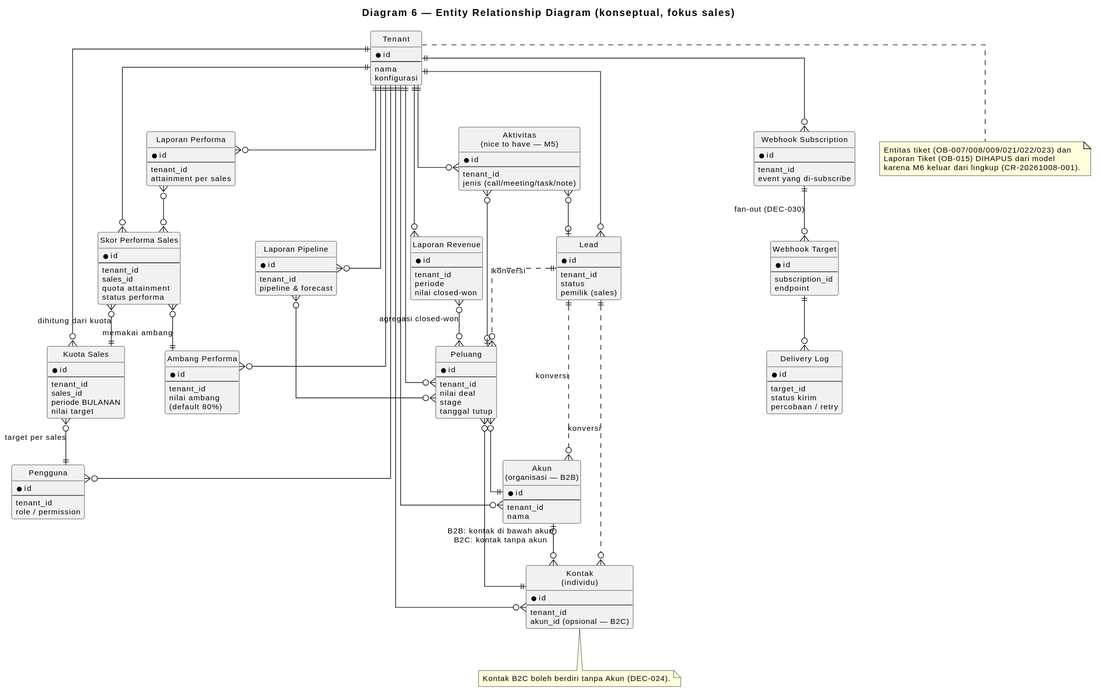
This is knowledge/projects/bootcamp-crm/requirements/brd/diagrams/06-erd.svg from yudha-tlab/ai-os-knowledge, a PlantUML export, as it was before one commit.
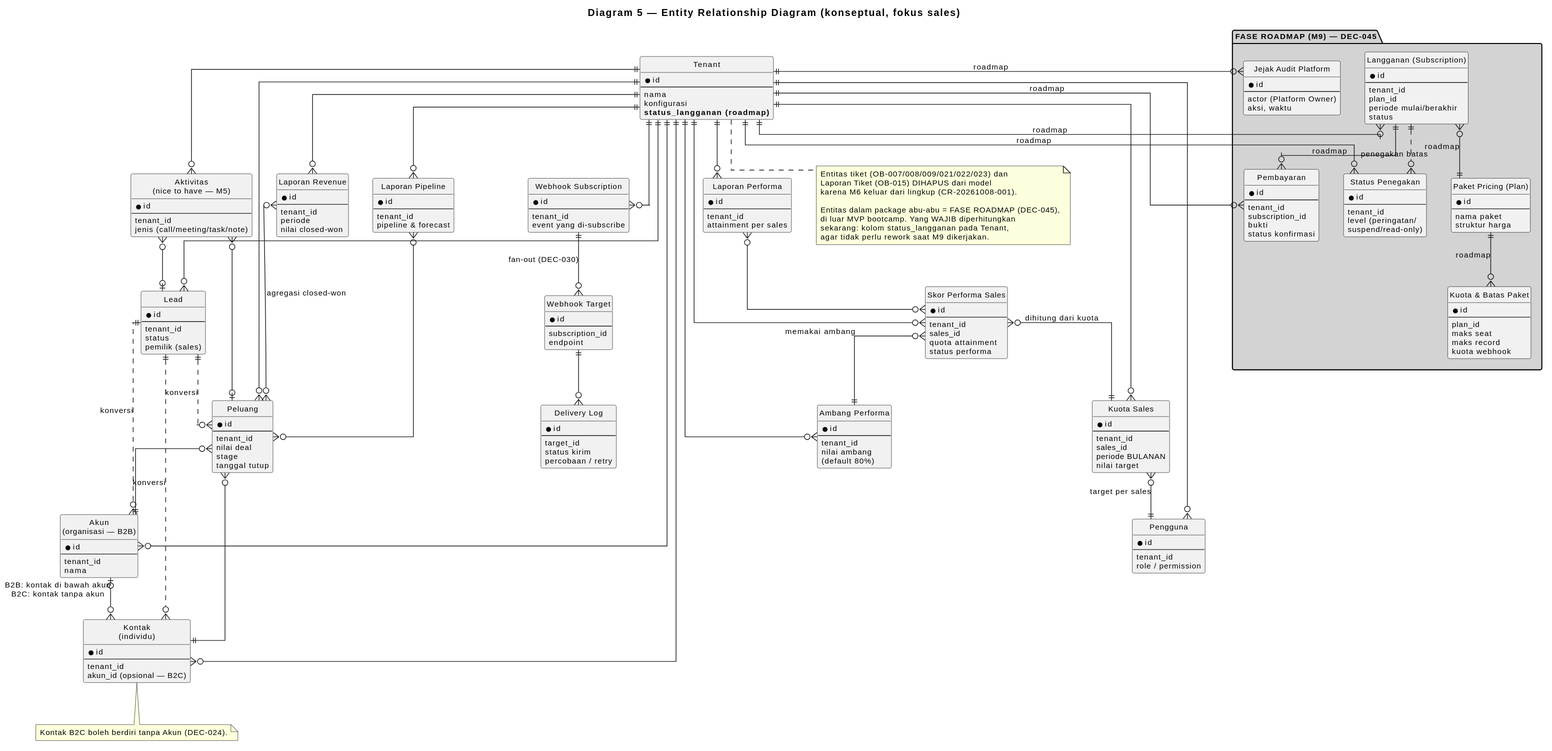
Later version of the same file.

Diff of the diagram source:
```diff
@@ -1,5 +1,5 @@
 @startuml
-title Diagram 6 — Entity Relationship Diagram (konseptual, fokus sales)
+title Diagram 5 — Entity Relationship Diagram (konseptual, fokus sales)
 
 skinparam shadowing false
 skinparam linetype ortho
@@ -11,6 +11,7 @@
   --
   nama
   konfigurasi
+  **status_langganan (roadmap)**
 }
 
 entity "Pengguna" as USR {
@@ -128,6 +129,52 @@
   percobaan / retry
 }
 
+package "FASE ROADMAP (M9) — DEC-045" #LightGray {
+  entity "Paket Pricing (Plan)" as PLAN {
+    * id
+    --
+    nama paket
+    struktur harga
+  }
+  entity "Kuota & Batas Paket" as QUOTA {
+    * id
+    --
+    plan_id
+    maks seat
+    maks record
+    kuota webhook
+  }
+  entity "Langganan (Subscription)" as SUBS {
+    * id
+    --
+    tenant_id
+    plan_id
+    periode mulai/berakhir
+    status
+  }
+  entity "Pembayaran" as PAY {
+    * id
+    --
+    tenant_id
+    subscription_id
+    bukti
+    status konfirmasi
+  }
+  entity "Status Penegakan" as ENF {
+    * id
+    --
+    tenant_id
+    level (peringatan/
+    suspend/read-only)
+  }
+  entity "Jejak Audit Platform" as AUD {
+    * id
+    --
+    actor (Platform Owner)
+    aksi, waktu
+  }
+}
+
 TEN ||--o{ USR
 TEN ||--o{ AKN
 TEN ||--o{ KON
@@ -141,6 +188,15 @@
 TEN ||--o{ LPF
 TEN ||--o{ AKT
 TEN ||--o{ SUB
+
+TEN ||--o{ SUBS : "roadmap"
+SUBS }o--|| PLAN : "roadmap"
+PLAN ||--o{ QUOTA : "roadmap"
+TEN ||--o{ PAY : "roadmap"
+SUBS ||--o{ PAY : "roadmap"
+TEN ||--o{ ENF : "roadmap"
+SUBS ||..o{ ENF : "penegakan batas"
+AUD }o--|| TEN : "roadmap"
 
 AKN |o--o{ KON : "B2B: kontak di bawah akun\nB2C: kontak tanpa akun"
 LEAD ||..o{ KON : konversi
@@ -168,5 +224,10 @@
   Entitas tiket (OB-007/008/009/021/022/023) dan
   Laporan Tiket (OB-015) DIHAPUS dari model
   karena M6 keluar dari lingkup (CR-20261008-001).
+
+  Entitas dalam package abu-abu = FASE ROADMAP (DEC-045),
+  di luar MVP bootcamp. Yang WAJIB diperhitungkan
+  sekarang: kolom status_langganan pada Tenant,
+  agar tidak perlu rework saat M9 dikerjakan.
 end note
 @enduml
```
